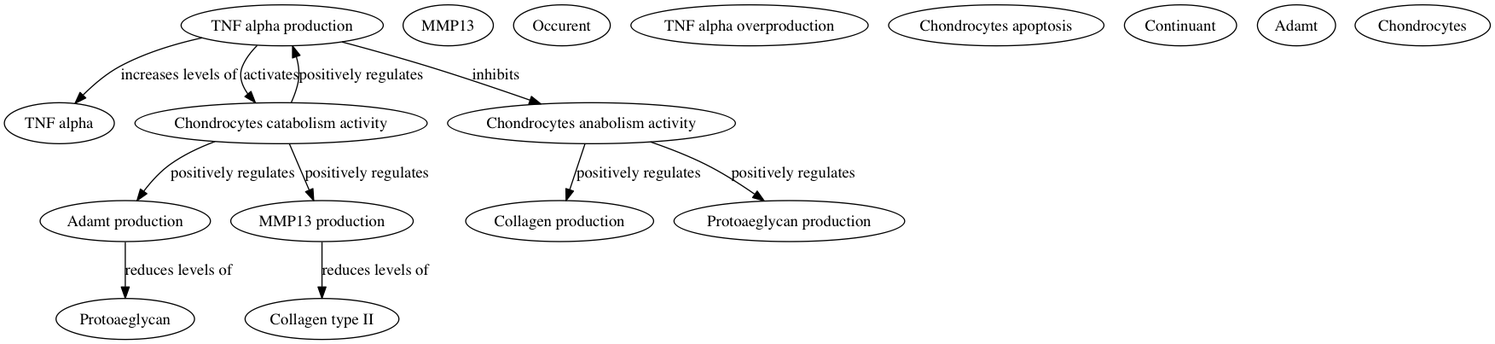
Earlier version of the Graphviz export shared/dot/digraph.png (plumdeq/grontocrawler). Its source is kept beside it as shared/dot/digraph.dot.
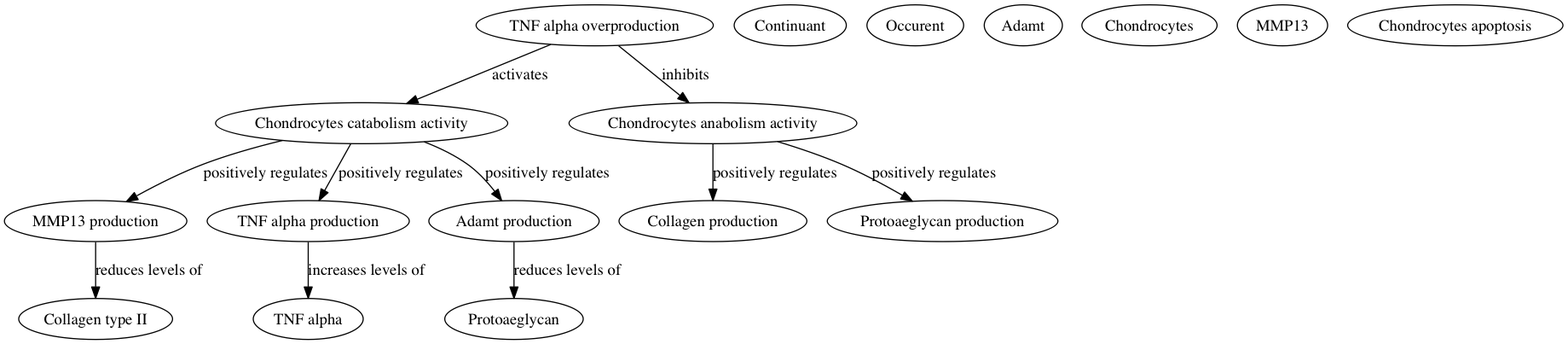
Later version of the same file.

The edit, as a diff of the source:
```diff
@@ -1,29 +1,29 @@
 digraph g {
-    "http://plumdeq.xyz/ontologies/test/Collagen_production" [label="Collagen production"] ;
-    "http://plumdeq.xyz/ontologies/test/MMP13" [label="MMP13"] ;
-    "http://plumdeq.xyz/ontologies/test/Adamt_production" [label="Adamt production"] ;
-    "http://plumdeq.xyz/ontologies/test/Occurent" [label="Occurent"] ;
-    "http://plumdeq.xyz/ontologies/test/TNF_alpha" [label="TNF alpha"] ;
-    "http://plumdeq.xyz/ontologies/test/TNF_alpha_overproduction" [label="TNF alpha overproduction"] ;
-    "http://plumdeq.xyz/ontologies/test/MMP13_production" [label="MMP13 production"] ;
-    "http://plumdeq.xyz/ontologies/test/Protoaeglycan_production" [label="Protoaeglycan production"] ;
-    "http://plumdeq.xyz/ontologies/test/Collagen_type_II" [label="Collagen type II"] ;
-    "http://plumdeq.xyz/ontologies/test/Chondrocytes_apoptosis" [label="Chondrocytes apoptosis"] ;
-    "http://plumdeq.xyz/ontologies/test/Protoaeglycan" [label="Protoaeglycan"] ;
-    "http://plumdeq.xyz/ontologies/test/Continuant" [label="Continuant"] ;
-    "http://plumdeq.xyz/ontologies/test/Adamt" [label="Adamt"] ;
-    "http://plumdeq.xyz/ontologies/test/TNF_alpha_production" [label="TNF alpha production"] ;
-    "http://plumdeq.xyz/ontologies/test/Chondrocytes_catabolism_activity" [label="Chondrocytes catabolism activity"] ;
-    "http://plumdeq.xyz/ontologies/test/Chondrocytes_anabolism_activity" [label="Chondrocytes anabolism activity"] ;
-    "http://plumdeq.xyz/ontologies/test/Chondrocytes" [label="Chondrocytes"] ;
-    "http://plumdeq.xyz/ontologies/test/Adamt_production" -> "http://plumdeq.xyz/ontologies/test/Protoaeglycan" [label="reduces levels of"] ;
-    "http://plumdeq.xyz/ontologies/test/MMP13_production" -> "http://plumdeq.xyz/ontologies/test/Collagen_type_II" [label="reduces levels of"] ;
-    "http://plumdeq.xyz/ontologies/test/TNF_alpha_production" -> "http://plumdeq.xyz/ontologies/test/Chondrocytes_catabolism_activity" [label="activates"] ;
-    "http://plumdeq.xyz/ontologies/test/TNF_alpha_production" -> "http://plumdeq.xyz/ontologies/test/TNF_alpha" [label="increases levels of"] ;
-    "http://plumdeq.xyz/ontologies/test/TNF_alpha_production" -> "http://plumdeq.xyz/ontologies/test/Chondrocytes_anabolism_activity" [label="inhibits"] ;
-    "http://plumdeq.xyz/ontologies/test/Chondrocytes_catabolism_activity" -> "http://plumdeq.xyz/ontologies/test/TNF_alpha_production" [label="positively regulates"] ;
-    "http://plumdeq.xyz/ontologies/test/Chondrocytes_catabolism_activity" -> "http://plumdeq.xyz/ontologies/test/Adamt_production" [label="positively regulates"] ;
-    "http://plumdeq.xyz/ontologies/test/Chondrocytes_catabolism_activity" -> "http://plumdeq.xyz/ontologies/test/MMP13_production" [label="positively regulates"] ;
-    "http://plumdeq.xyz/ontologies/test/Chondrocytes_anabolism_activity" -> "http://plumdeq.xyz/ontologies/test/Collagen_production" [label="positively regulates"] ;
-    "http://plumdeq.xyz/ontologies/test/Chondrocytes_anabolism_activity" -> "http://plumdeq.xyz/ontologies/test/Protoaeglycan_production" [label="positively regulates"] ;
+"http://plumdeq.xyz/ontologies/hypothesis/Collagen_production" [label="Collagen production"] ;
+"http://plumdeq.xyz/ontologies/hypothesis/TNF_alpha" [label="TNF alpha"] ;
+"http://plumdeq.xyz/ontologies/hypothesis/MMP13_production" [label="MMP13 production"] ;
+"http://plumdeq.xyz/ontologies/hypothesis/Protoaeglycan_production" [label="Protoaeglycan production"] ;
+"http://plumdeq.xyz/ontologies/hypothesis/Continuant" [label="Continuant"] ;
+"http://plumdeq.xyz/ontologies/hypothesis/TNF_alpha_production" [label="TNF alpha production"] ;
+"http://plumdeq.xyz/ontologies/hypothesis/Adamt_production" [label="Adamt production"] ;
+"http://plumdeq.xyz/ontologies/hypothesis/Occurent" [label="Occurent"] ;
+"http://plumdeq.xyz/ontologies/hypothesis/Chondrocytes_catabolism_activity" [label="Chondrocytes catabolism activity"] ;
+"http://plumdeq.xyz/ontologies/hypothesis/Chondrocytes_anabolism_activity" [label="Chondrocytes anabolism activity"] ;
+"http://plumdeq.xyz/ontologies/hypothesis/Adamt" [label="Adamt"] ;
+"http://plumdeq.xyz/ontologies/hypothesis/Chondrocytes" [label="Chondrocytes"] ;
+"http://plumdeq.xyz/ontologies/hypothesis/MMP13" [label="MMP13"] ;
+"http://plumdeq.xyz/ontologies/hypothesis/Protoaeglycan" [label="Protoaeglycan"] ;
+"http://plumdeq.xyz/ontologies/hypothesis/TNF_alpha_overproduction" [label="TNF alpha overproduction"] ;
+"http://plumdeq.xyz/ontologies/hypothesis/Chondrocytes_apoptosis" [label="Chondrocytes apoptosis"] ;
+"http://plumdeq.xyz/ontologies/hypothesis/Collagen_type_II" [label="Collagen type II"] ;
+"http://plumdeq.xyz/ontologies/hypothesis/MMP13_production" -> "http://plumdeq.xyz/ontologies/hypothesis/Collagen_type_II" [label="reduces levels of"] ;
+"http://plumdeq.xyz/ontologies/hypothesis/TNF_alpha_production" -> "http://plumdeq.xyz/ontologies/hypothesis/TNF_alpha" [label="increases levels of"] ;
+"http://plumdeq.xyz/ontologies/hypothesis/Adamt_production" -> "http://plumdeq.xyz/ontologies/hypothesis/Protoaeglycan" [label="reduces levels of"] ;
+"http://plumdeq.xyz/ontologies/hypothesis/Chondrocytes_catabolism_activity" -> "http://plumdeq.xyz/ontologies/hypothesis/TNF_alpha_production" [label="positively regulates"] ;
+"http://plumdeq.xyz/ontologies/hypothesis/Chondrocytes_catabolism_activity" -> "http://plumdeq.xyz/ontologies/hypothesis/Adamt_production" [label="positively regulates"] ;
+"http://plumdeq.xyz/ontologies/hypothesis/Chondrocytes_catabolism_activity" -> "http://plumdeq.xyz/ontologies/hypothesis/MMP13_production" [label="positively regulates"] ;
+"http://plumdeq.xyz/ontologies/hypothesis/Chondrocytes_anabolism_activity" -> "http://plumdeq.xyz/ontologies/hypothesis/Collagen_production" [label="positively regulates"] ;
+"http://plumdeq.xyz/ontologies/hypothesis/Chondrocytes_anabolism_activity" -> "http://plumdeq.xyz/ontologies/hypothesis/Protoaeglycan_production" [label="positively regulates"] ;
+"http://plumdeq.xyz/ontologies/hypothesis/TNF_alpha_overproduction" -> "http://plumdeq.xyz/ontologies/hypothesis/Chondrocytes_anabolism_activity" [label="inhibits"] ;
+"http://plumdeq.xyz/ontologies/hypothesis/TNF_alpha_overproduction" -> "http://plumdeq.xyz/ontologies/hypothesis/Chondrocytes_catabolism_activity" [label="activates"] ;
 }
```
